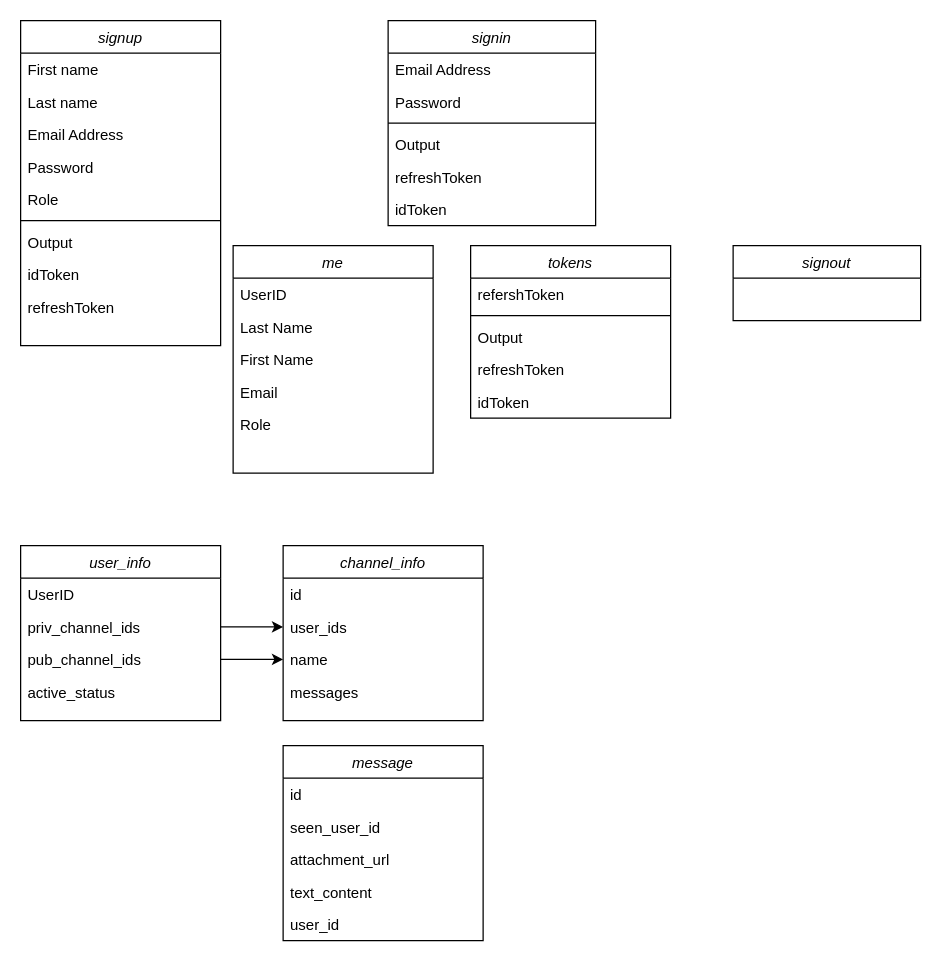
Before: page "Page-1" (1 of 2) of Untitled Diagram.drawio in saravase/saravase, a draw.io diagram. Source tidied: cells renumbered, new cells numbered last; positions are measured from the earlier drawing's top-left corner, leaving out a move shared by most shapes. Both pictures are drawn from the tidied source at 125%, with x=0, y=0 at pixel (20, 20).
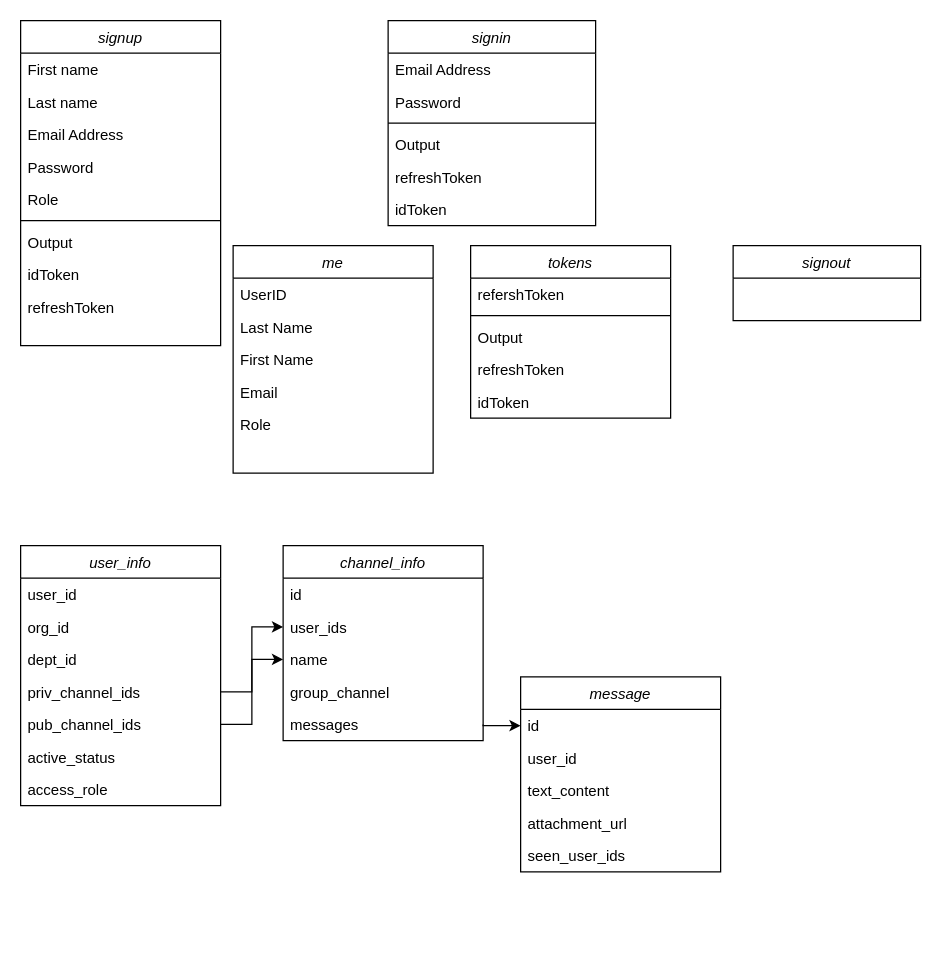
The same diagram, later.

Unchanged cells that the change refers to:
```xml
<mxCell id="20" value="me" style="swimlane;fontStyle=2;align=center;verticalAlign=top;horizontal=1;startSize=26;rounded=0;shadow=0;strokeWidth=1;" parent="1" vertex="1">
  <mxGeometry x="170" y="180" width="160" height="182" as="geometry" />
</mxCell>
<mxCell id="45" value="id" style="text;align=left;verticalAlign=top;spacingLeft=4;spacingRight=4;overflow=hidden;points=[[0,0.5],[1,0.5]];portConstraint=eastwest;" parent="44" vertex="1">
  <mxGeometry y="26" width="160" height="26" as="geometry" />
</mxCell>
```

What changed in the source:
```diff
@@
-    <mxCell id="21" value="UserID" style="text;align=left;verticalAlign=top;spacingLeft=4;spacingRight=4;overflow=hidden;" parent="20" vertex="1">
+    <mxCell id="21" value="UserID " style="text;align=left;verticalAlign=top;spacingLeft=4;spacingRight=4;overflow=hidden;" parent="20" vertex="1">
       <mxGeometry y="26" width="160" height="26" as="geometry" />
     </mxCell>
@@
     <mxCell id="32" value="user_info" style="swimlane;fontStyle=2;align=center;verticalAlign=top;horizontal=1;startSize=26;rounded=0;shadow=0;strokeWidth=1;" parent="1" vertex="1">
-      <mxGeometry y="420" width="160" height="140" as="geometry" />
+      <mxGeometry y="420" width="160" height="208" as="geometry" />
     </mxCell>
-    <mxCell id="33" value="UserID" style="text;align=left;verticalAlign=top;spacingLeft=4;spacingRight=4;overflow=hidden;" parent="32" vertex="1">
+    <mxCell id="33" value="user_id    " style="text;align=left;verticalAlign=top;spacingLeft=4;spacingRight=4;overflow=hidden;" parent="32" vertex="1">
       <mxGeometry y="26" width="160" height="26" as="geometry" />
     </mxCell>
+    <mxCell id="36" value="org_id" style="text;align=left;verticalAlign=top;spacingLeft=4;spacingRight=4;overflow=hidden;" parent="32" vertex="1">
+      <mxGeometry y="52" width="160" height="26" as="geometry" />
+    </mxCell>
+    <mxCell id="50" value="dept_id" style="text;align=left;verticalAlign=top;spacingLeft=4;spacingRight=4;overflow=hidden;" parent="32" vertex="1">
+      <mxGeometry y="78" width="160" height="26" as="geometry" />
+    </mxCell>
     <mxCell id="34" value="priv_channel_ids" style="text;align=left;verticalAlign=top;spacingLeft=4;spacingRight=4;overflow=hidden;points=[[0,0.5],[1,0.5]];portConstraint=eastwest;" parent="32" vertex="1">
-      <mxGeometry y="52" width="160" height="26" as="geometry" />
+      <mxGeometry y="104" width="160" height="26" as="geometry" />
     </mxCell>
     <mxCell id="35" value="pub_channel_ids" style="text;align=left;verticalAlign=top;spacingLeft=4;spacingRight=4;overflow=hidden;points=[[0,0.5],[1,0.5]];portConstraint=eastwest;" parent="32" vertex="1">
-      <mxGeometry y="78" width="160" height="26" as="geometry" />
+      <mxGeometry y="130" width="160" height="26" as="geometry" />
     </mxCell>
-    <mxCell id="36" value="active_status" style="text;align=left;verticalAlign=top;spacingLeft=4;spacingRight=4;overflow=hidden;" parent="32" vertex="1">
-      <mxGeometry y="104" width="160" height="26" as="geometry" />
-    </mxCell>
+    <mxCell id="51" value="active_status" style="text;align=left;verticalAlign=top;spacingLeft=4;spacingRight=4;overflow=hidden;" parent="32" vertex="1">
+      <mxGeometry y="156" width="160" height="26" as="geometry" />
+    </mxCell>
+    <mxCell id="52" value="access_role" style="text;align=left;verticalAlign=top;spacingLeft=4;spacingRight=4;overflow=hidden;" parent="32" vertex="1">
+      <mxGeometry y="182" width="160" height="26" as="geometry" />
+    </mxCell>
     <mxCell id="37" value="channel_info" style="swimlane;fontStyle=2;align=center;verticalAlign=top;horizontal=1;startSize=26;rounded=0;shadow=0;strokeWidth=1;" parent="1" vertex="1">
-      <mxGeometry x="210" y="420" width="160" height="140" as="geometry" />
+      <mxGeometry x="210" y="420" width="160" height="156" as="geometry" />
     </mxCell>
@@
+    <mxCell id="53" value="group_channel" style="text;align=left;verticalAlign=top;spacingLeft=4;spacingRight=4;overflow=hidden;" parent="37" vertex="1">
+      <mxGeometry y="104" width="160" height="26" as="geometry" />
+    </mxCell>
     <mxCell id="41" value="messages" style="text;align=left;verticalAlign=top;spacingLeft=4;spacingRight=4;overflow=hidden;points=[[0,0.5],[1,0.5]];portConstraint=eastwest;" parent="37" vertex="1">
-      <mxGeometry y="104" width="160" height="26" as="geometry" />
+      <mxGeometry y="130" width="160" height="26" as="geometry" />
     </mxCell>
@@
     <mxCell id="44" value="message" style="swimlane;fontStyle=2;align=center;verticalAlign=top;horizontal=1;startSize=26;rounded=0;shadow=0;strokeWidth=1;" parent="1" vertex="1">
-      <mxGeometry x="210" y="580" width="160" height="156" as="geometry" />
+      <mxGeometry x="400" y="525" width="160" height="156" as="geometry" />
     </mxCell>
@@
+    <mxCell id="49" value="user_id" style="text;align=left;verticalAlign=top;spacingLeft=4;spacingRight=4;overflow=hidden;" parent="44" vertex="1">
+      <mxGeometry y="52" width="160" height="26" as="geometry" />
+    </mxCell>
+    <mxCell id="48" value="text_content" style="text;align=left;verticalAlign=top;spacingLeft=4;spacingRight=4;overflow=hidden;" parent="44" vertex="1">
+      <mxGeometry y="78" width="160" height="26" as="geometry" />
+    </mxCell>
+    <mxCell id="47" value="attachment_url" style="text;align=left;verticalAlign=top;spacingLeft=4;spacingRight=4;overflow=hidden;" parent="44" vertex="1">
+      <mxGeometry y="104" width="160" height="26" as="geometry" />
+    </mxCell>
-    <mxCell id="46" value="seen_user_id" style="text;align=left;verticalAlign=top;spacingLeft=4;spacingRight=4;overflow=hidden;" parent="44" vertex="1">
-      <mxGeometry y="52" width="160" height="26" as="geometry" />
+    <mxCell id="46" value="seen_user_ids" style="text;align=left;verticalAlign=top;spacingLeft=4;spacingRight=4;overflow=hidden;" parent="44" vertex="1">
+      <mxGeometry y="130" width="160" height="26" as="geometry" />
     </mxCell>
-    <mxCell id="47" value="attachment_url" style="text;align=left;verticalAlign=top;spacingLeft=4;spacingRight=4;overflow=hidden;" parent="44" vertex="1">
-      <mxGeometry y="78" width="160" height="26" as="geometry" />
-    </mxCell>
-    <mxCell id="48" value="text_content" style="text;align=left;verticalAlign=top;spacingLeft=4;spacingRight=4;overflow=hidden;" parent="44" vertex="1">
-      <mxGeometry y="104" width="160" height="26" as="geometry" />
-    </mxCell>
-    <mxCell id="49" value="user_id" style="text;align=left;verticalAlign=top;spacingLeft=4;spacingRight=4;overflow=hidden;" parent="44" vertex="1">
-      <mxGeometry y="130" width="160" height="26" as="geometry" />
-    </mxCell>
+    <mxCell id="54" style="edgeStyle=orthogonalEdgeStyle;rounded=0;jettySize=auto;html=1;exitX=1;exitY=0.5;exitDx=0;exitDy=0;entryX=0;entryY=0.5;entryDx=0;entryDy=0;" parent="1" edge="1" source="41" target="45">
+      <mxGeometry relative="1" as="geometry">
+        <Array as="points">
+          <mxPoint x="370" y="564" />
+        </Array>
+      </mxGeometry>
+    </mxCell>
```
